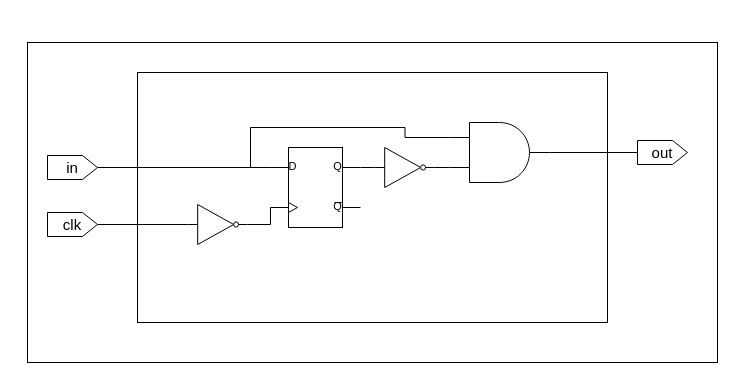
The draw.io diagram page "RisingEdgeDetector" (10 of 11) of Uart.drawio in FlavioRenzi/UART_Project, before the edit. Source tidied: cells renumbered, new cells numbered last; positions are measured from the earlier drawing's top-left corner, leaving out a move shared by most shapes. Both pictures are drawn from the tidied source at 100%, with x=0, y=0 at pixel (27, 42).
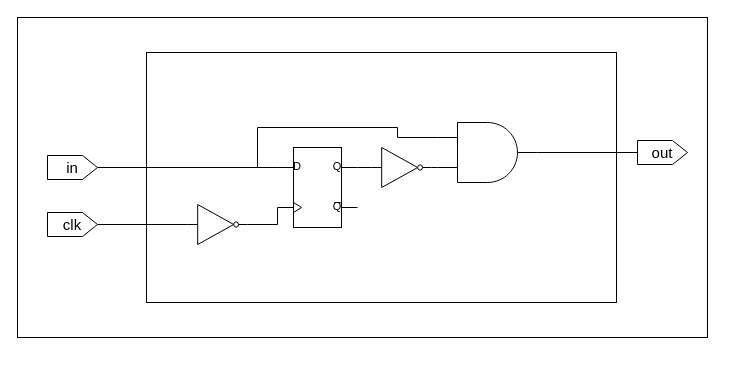
Above is the later version.

The edit, as a diff of the source:
```diff
@@
 <mxGraphModel>
   <root>
     <mxCell id="0" />
     <mxCell id="1" parent="0" />
-    <mxCell id="2" style="edgeStyle=orthogonalEdgeStyle;rounded=0;jettySize=auto;html=1;exitX=1;exitY=0.25;exitDx=0;exitDy=0;exitPerimeter=0;entryX=0;entryY=0.5;entryDx=0;entryDy=0;entryPerimeter=0;endArrow=none;endFill=0;fontSize=17;" parent="1" edge="1" source="3" target="5">
-      <mxGeometry relative="1" as="geometry" />
-    </mxCell>
-    <mxCell id="3" style="verticalLabelPosition=bottom;shadow=0;dashed=0;align=center;html=1;verticalAlign=top;shape=mxgraph.electrical.logic_gates.d_type_flip-flop;fillColor=#ffffff;fontSize=17;" parent="1" vertex="1">
-      <mxGeometry x="243" y="105" width="90" height="80" as="geometry" />
-    </mxCell>
     <mxCell id="4" style="edgeStyle=orthogonalEdgeStyle;rounded=0;jettySize=auto;html=1;exitX=1;exitY=0.5;exitDx=0;exitDy=0;exitPerimeter=0;entryX=0;entryY=0.75;entryDx=0;entryDy=0;entryPerimeter=0;endArrow=none;endFill=0;fontSize=17;" parent="1" edge="1" source="5" target="8">
       <mxGeometry relative="1" as="geometry" />
     </mxCell>
     <mxCell id="5" style="verticalLabelPosition=bottom;shadow=0;dashed=0;align=center;html=1;verticalAlign=top;shape=mxgraph.electrical.logic_gates.inverter_2;fillColor=#ffffff;fontSize=17;" parent="1" vertex="1">
-      <mxGeometry x="347" y="105" width="60" height="40" as="geometry" />
+      <mxGeometry x="344" y="105" width="60" height="40" as="geometry" />
     </mxCell>
-    <mxCell id="6" style="edgeStyle=orthogonalEdgeStyle;rounded=0;jettySize=auto;html=1;exitX=0;exitY=0.25;exitDx=0;exitDy=0;exitPerimeter=0;entryX=0;entryY=0.25;entryDx=0;entryDy=0;entryPerimeter=0;endArrow=none;endFill=0;fontSize=17;" parent="1" edge="1" source="8" target="3">
-      <mxGeometry relative="1" as="geometry" />
-    </mxCell>
+    <mxCell id="18" style="edgeStyle=orthogonalEdgeStyle;rounded=0;jettySize=auto;html=1;exitX=0;exitY=0.25;exitDx=0;exitDy=0;exitPerimeter=0;entryX=0;entryY=0.25;entryDx=0;entryDy=0;entryPerimeter=0;endArrow=none;endFill=0;" parent="1" edge="1" source="8" target="22">
+      <mxGeometry relative="1" as="geometry" />
+    </mxCell>
-    <mxCell id="7" style="edgeStyle=orthogonalEdgeStyle;rounded=0;jettySize=auto;html=1;exitX=1;exitY=0.5;exitDx=0;exitDy=0;exitPerimeter=0;entryX=0.5;entryY=0;entryDx=0;entryDy=0;fontSize=14;endArrow=none;endFill=0;" parent="1" edge="1" source="8" target="14">
+    <mxCell id="7" style="edgeStyle=orthogonalEdgeStyle;rounded=0;jettySize=auto;html=1;exitX=1;exitY=0.5;exitDx=0;exitDy=0;exitPerimeter=0;entryX=0.5;entryY=0;entryDx=0;entryDy=0;endArrow=none;endFill=0;" parent="1" edge="1" source="8" target="14">
       <mxGeometry relative="1" as="geometry" />
     </mxCell>
     <mxCell id="8" style="verticalLabelPosition=bottom;shadow=0;dashed=0;align=center;html=1;verticalAlign=top;shape=mxgraph.electrical.logic_gates.logic_gate;operation=and;fillColor=#ffffff;fontSize=17;" parent="1" vertex="1">
-      <mxGeometry x="422" y="80" width="100" height="60" as="geometry" />
+      <mxGeometry x="410" y="80" width="100" height="60" as="geometry" />
     </mxCell>
-    <mxCell id="9" style="edgeStyle=orthogonalEdgeStyle;rounded=0;jettySize=auto;html=1;exitX=0.5;exitY=1;exitDx=0;exitDy=0;entryX=0;entryY=0.25;entryDx=0;entryDy=0;entryPerimeter=0;endArrow=none;endFill=0;fontSize=17;" parent="1" edge="1" source="13" target="3">
-      <mxGeometry relative="1" as="geometry" />
-    </mxCell>
-    <mxCell id="10" style="edgeStyle=orthogonalEdgeStyle;rounded=0;jettySize=auto;html=1;exitX=1;exitY=0.5;exitDx=0;exitDy=0;exitPerimeter=0;entryX=0;entryY=0.75;entryDx=0;entryDy=0;entryPerimeter=0;endArrow=none;endFill=0;fontSize=17;" parent="1" edge="1" source="12" target="3">
-      <mxGeometry relative="1" as="geometry" />
-    </mxCell>
     <mxCell id="11" style="edgeStyle=orthogonalEdgeStyle;rounded=0;jettySize=auto;html=1;exitX=0;exitY=0.5;exitDx=0;exitDy=0;exitPerimeter=0;entryX=0.5;entryY=1;entryDx=0;entryDy=0;fontSize=14;endArrow=none;endFill=0;" parent="1" edge="1" source="12" target="15">
       <mxGeometry relative="1" as="geometry" />
     </mxCell>
+    <mxCell id="19" style="edgeStyle=orthogonalEdgeStyle;rounded=0;jettySize=auto;html=1;exitX=1;exitY=0.5;exitDx=0;exitDy=0;exitPerimeter=0;entryX=0;entryY=0.75;entryDx=0;entryDy=0;entryPerimeter=0;endArrow=none;endFill=0;" parent="1" edge="1" source="12" target="22">
+      <mxGeometry relative="1" as="geometry" />
+    </mxCell>
     <mxCell id="12" style="verticalLabelPosition=bottom;shadow=0;dashed=0;align=center;html=1;verticalAlign=top;shape=mxgraph.electrical.logic_gates.inverter_2;fillColor=#ffffff;fontSize=17;" parent="1" vertex="1">
       <mxGeometry x="160" y="162" width="60" height="40" as="geometry" />
     </mxCell>
+    <mxCell id="20" style="edgeStyle=orthogonalEdgeStyle;rounded=0;jettySize=auto;html=1;exitX=0.5;exitY=1;exitDx=0;exitDy=0;entryX=0;entryY=0.25;entryDx=0;entryDy=0;entryPerimeter=0;endArrow=none;endFill=0;" parent="1" edge="1" source="13" target="22">
+      <mxGeometry relative="1" as="geometry" />
+    </mxCell>
     <mxCell id="13" value="in" style="shape=offPageConnector;whiteSpace=wrap;html=1;rotation=0;size=0.3;direction=north;fontSize=15;" parent="1" vertex="1">
       <mxGeometry x="20" y="113" width="50" height="24" as="geometry" />
     </mxCell>
     <mxCell id="14" value="out" style="shape=offPageConnector;whiteSpace=wrap;html=1;rotation=0;size=0.3;direction=north;fontSize=15;" parent="1" vertex="1">
       <mxGeometry x="610" y="98" width="50" height="24" as="geometry" />
     </mxCell>
     <mxCell id="15" value="clk" style="shape=offPageConnector;whiteSpace=wrap;html=1;rotation=0;size=0.3;direction=north;fontSize=15;" parent="1" vertex="1">
       <mxGeometry x="20" y="170" width="50" height="24" as="geometry" />
     </mxCell>
     <mxCell id="16" style="rounded=0;whiteSpace=wrap;html=1;fontSize=14;fillColor=none;" parent="1" vertex="1">
-      <mxGeometry x="110" y="30" width="470" height="250" as="geometry" />
+      <mxGeometry x="119" y="10" width="470" height="250" as="geometry" />
     </mxCell>
     <mxCell id="17" style="rounded=0;whiteSpace=wrap;html=1;fontSize=14;fillColor=none;" parent="1" vertex="1">
-      <mxGeometry width="690" height="320" as="geometry" />
+      <mxGeometry x="-10" y="-25" width="690" height="320" as="geometry" />
     </mxCell>
+    <mxCell id="21" style="edgeStyle=orthogonalEdgeStyle;rounded=0;jettySize=auto;html=1;exitX=1;exitY=0.25;exitDx=0;exitDy=0;exitPerimeter=0;entryX=0;entryY=0.5;entryDx=0;entryDy=0;entryPerimeter=0;endArrow=none;endFill=0;" parent="1" edge="1" source="22" target="5">
+      <mxGeometry relative="1" as="geometry" />
+    </mxCell>
+    <mxCell id="22" style="verticalLabelPosition=bottom;shadow=0;dashed=0;align=center;html=1;verticalAlign=top;shape=mxgraph.electrical.logic_gates.d_type_flip-flop;fillColor=none;" parent="1" vertex="1">
+      <mxGeometry x="250" y="105" width="80" height="80" as="geometry" />
+    </mxCell>
   </root>
 </mxGraphModel>
```
